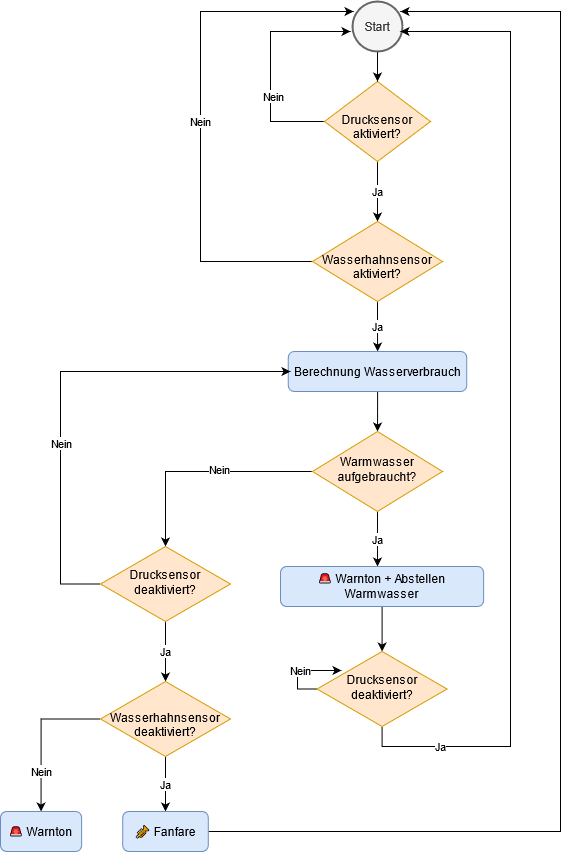
Above: Präsentationsmaterialien/ablaufdiagramm.png in wiuwiu1/duschkoepfe (draw.io), before the change. Source tidied: cells renumbered, new cells last; positions are measured from the earlier drawing's top-left corner, leaving out a move shared by most shapes.
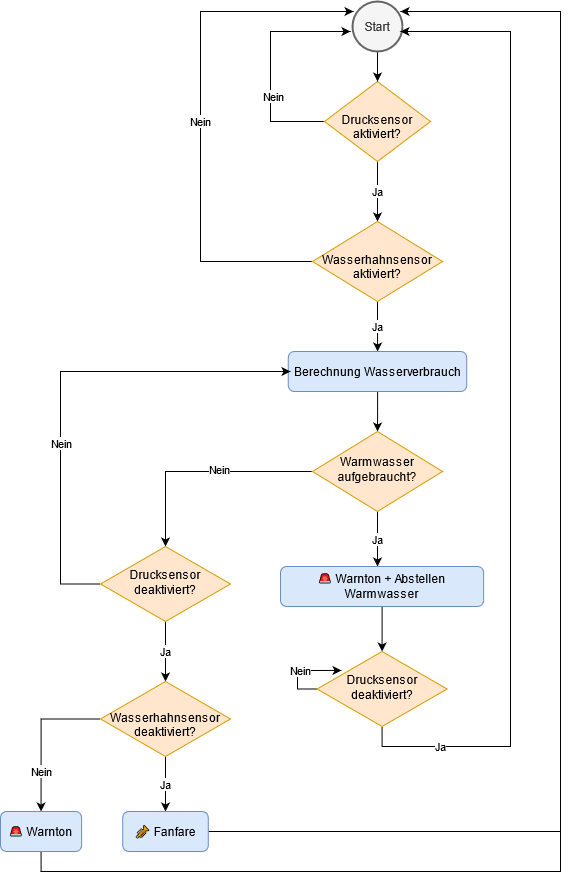
After the commit.

Change to the diagram source:
```diff
@@ -119,6 +119,16 @@
     <mxCell id="28" value="🎺 Fanfare" style="rounded=1;whiteSpace=wrap;html=1;fontSize=12;glass=0;strokeWidth=1;shadow=0;fillColor=#dae8fc;strokeColor=#6c8ebf;" parent="1" vertex="1">
       <mxGeometry x="122.2" y="810" width="85.6" height="40" as="geometry" />
     </mxCell>
+    <mxCell id="33" style="edgeStyle=orthogonalEdgeStyle;rounded=0;jettySize=auto;html=1;exitX=0.5;exitY=1;exitDx=0;exitDy=0;startArrow=none;startFill=0;endArrow=none;endFill=0;" parent="1" edge="1" source="29">
+      <mxGeometry relative="1" as="geometry">
+        <mxPoint x="560" y="820" as="targetPoint" />
+        <Array as="points">
+          <mxPoint x="41" y="870" />
+          <mxPoint x="560" y="870" />
+          <mxPoint x="560" y="840" />
+        </Array>
+      </mxGeometry>
+    </mxCell>
     <mxCell id="29" value="🚨 Warnton" style="rounded=1;whiteSpace=wrap;html=1;fontSize=12;glass=0;strokeWidth=1;shadow=0;fillColor=#dae8fc;strokeColor=#6c8ebf;" parent="1" vertex="1">
       <mxGeometry y="810" width="81.1" height="40" as="geometry" />
     </mxCell>
```
